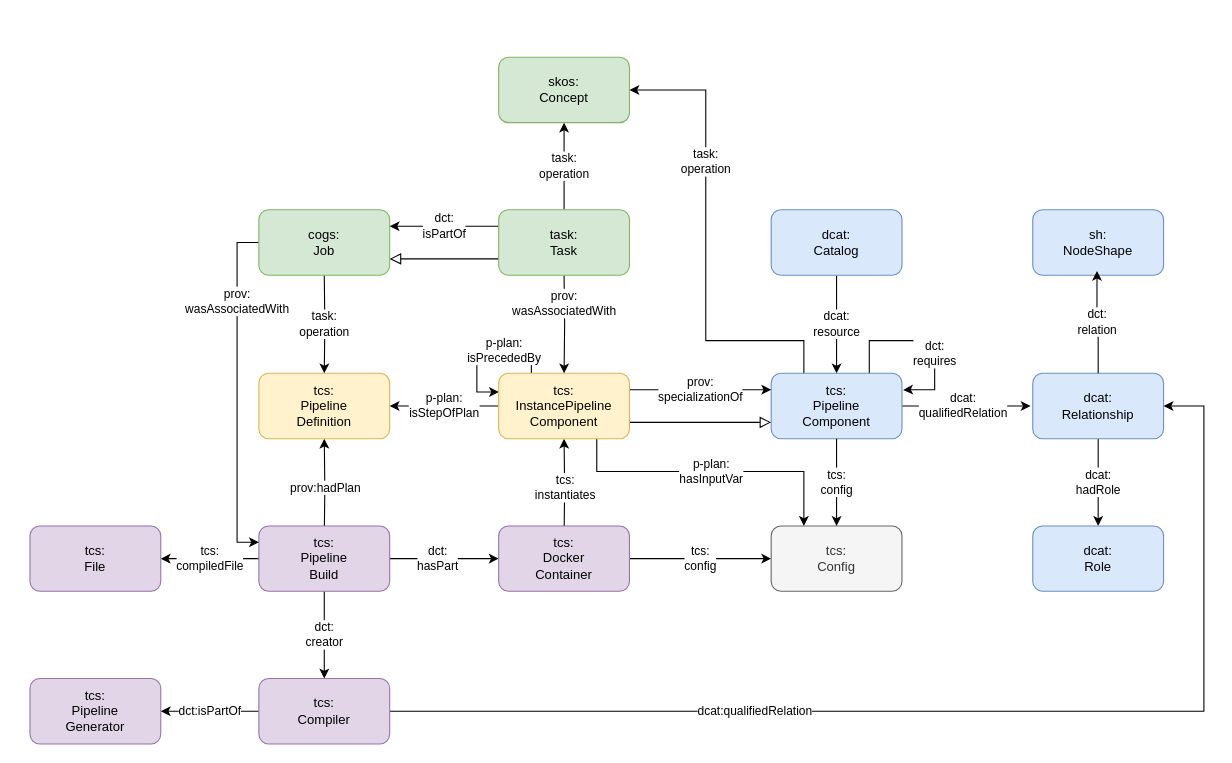
thcarsten/toolchain-specification keeps this draw.io diagram as page "toolchain model" (1 of 4) of semantic model/diagrams/diagrams.drawio. Above is the earlier version. Source tidied: cells renumbered, new cells numbered last; positions are measured from the earlier drawing's top-left corner, leaving out a move shared by most shapes. Both pictures are drawn from the tidied source at 109%, with x=0, y=0 at pixel (29, 57).
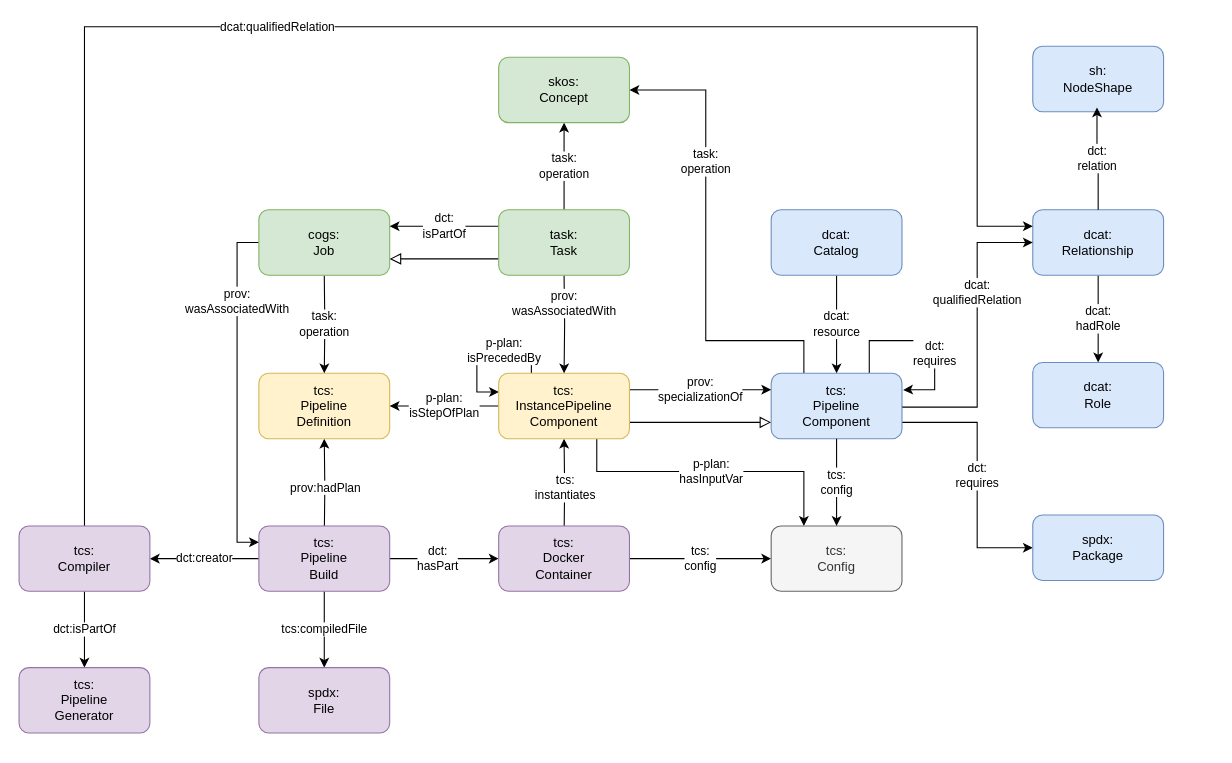
The same page after the edit.

The change refers to these unchanged cells:
```xml
<mxCell id="9" value="tcs:&lt;div&gt;Pipeline&lt;div&gt;Component&lt;/div&gt;&lt;/div&gt;" style="rounded=1;whiteSpace=wrap;html=1;fillColor=#dae8fc;strokeColor=#6c8ebf;" parent="1" vertex="1">
  <mxGeometry x="680" y="290" width="120" height="60" as="geometry" />
</mxCell>
<mxCell id="23" value="tcs:&lt;div&gt;Pipeline&lt;div&gt;Build&lt;/div&gt;&lt;/div&gt;" style="rounded=1;whiteSpace=wrap;html=1;fillColor=#e1d5e7;strokeColor=#9673a6;" parent="1" vertex="1">
  <mxGeometry x="210" y="430" width="120" height="60" as="geometry" />
</mxCell>
```

Change to the diagram source:
```diff
@@
     <mxCell id="4" value="dcat:&lt;div&gt;Relationship&lt;/div&gt;" style="rounded=1;whiteSpace=wrap;html=1;gradientDirection=north;fillColor=#dae8fc;strokeColor=#6c8ebf;" parent="1" vertex="1">
-      <mxGeometry x="920" y="290" width="120" height="60" as="geometry" />
+      <mxGeometry x="920" y="140" width="120" height="60" as="geometry" />
     </mxCell>
     <mxCell id="5" value="dcat:&lt;div&gt;Role&lt;/div&gt;" style="rounded=1;whiteSpace=wrap;html=1;gradientDirection=north;fillColor=#dae8fc;strokeColor=#6c8ebf;" parent="1" vertex="1">
-      <mxGeometry x="920" y="430" width="120" height="60" as="geometry" />
+      <mxGeometry x="920" y="280" width="120" height="60" as="geometry" />
     </mxCell>
@@
-    <mxCell id="7" value="dcat:&lt;div&gt;qualifiedRelation&lt;/div&gt;" style="edgeStyle=orthogonalEdgeStyle;rounded=0;orthogonalLoop=1;jettySize=auto;html=1;exitX=1;exitY=0.5;exitDx=0;exitDy=0;entryX=0;entryY=0.5;entryDx=0;entryDy=0;" parent="1" edge="1">
-      <mxGeometry x="-0.05" relative="1" as="geometry">
+    <mxCell id="7" value="dcat:&lt;div&gt;qualifiedRelation&lt;/div&gt;" style="edgeStyle=orthogonalEdgeStyle;rounded=0;jettySize=auto;html=1;exitX=1;exitY=0.5;exitDx=0;exitDy=0;entryX=0;entryY=0.5;entryDx=0;entryDy=0;" parent="1" edge="1" target="4">
+      <mxGeometry x="0.29" relative="1" as="geometry">
         <mxPoint x="800" y="320" as="sourcePoint" />
-        <mxPoint x="918" y="320" as="targetPoint" />
+        <Array as="points">
+          <mxPoint x="800" y="321" />
+          <mxPoint x="869" y="321" />
+          <mxPoint x="869" y="170" />
+        </Array>
       </mxGeometry>
     </mxCell>
@@
+    <mxCell id="44" value="dct:&lt;div&gt;requires&lt;/div&gt;" style="edgeStyle=orthogonalEdgeStyle;rounded=0;jettySize=auto;html=1;exitX=1;exitY=0.75;exitDx=0;exitDy=0;entryX=0;entryY=0.5;entryDx=0;entryDy=0;" parent="1" edge="1" source="9" target="47">
+      <mxGeometry relative="1" as="geometry">
+        <Array as="points">
+          <mxPoint x="869" y="335" />
+          <mxPoint x="869" y="450" />
+        </Array>
+      </mxGeometry>
+    </mxCell>
@@
-    <mxCell id="21" value="tcs:&lt;div&gt;compiledFile&lt;/div&gt;" style="edgeStyle=orthogonalEdgeStyle;rounded=0;jettySize=auto;html=1;exitX=0;exitY=0.5;exitDx=0;exitDy=0;" parent="1" edge="1" source="23" target="41">
-      <mxGeometry relative="1" as="geometry" />
-    </mxCell>
+    <mxCell id="45" value="tcs:compiledFile" style="edgeStyle=orthogonalEdgeStyle;rounded=0;jettySize=auto;html=1;exitX=0.5;exitY=1;exitDx=0;exitDy=0;entryX=0.5;entryY=0;entryDx=0;entryDy=0;" parent="1" edge="1" source="23" target="46">
+      <mxGeometry relative="1" as="geometry" />
+    </mxCell>
-    <mxCell id="22" value="dct:&lt;div&gt;creator&lt;/div&gt;" style="edgeStyle=orthogonalEdgeStyle;rounded=0;jettySize=auto;html=1;exitX=0.5;exitY=1;exitDx=0;exitDy=0;" parent="1" edge="1" source="23" target="43">
+    <mxCell id="22" value="dct:creator" style="edgeStyle=orthogonalEdgeStyle;rounded=0;jettySize=auto;html=1;exitX=0;exitY=0.5;exitDx=0;exitDy=0;entryX=1;entryY=0.5;entryDx=0;entryDy=0;" parent="1" edge="1" source="23" target="43">
       <mxGeometry relative="1" as="geometry" />
     </mxCell>
@@
-    <mxCell id="26" value="tcs:&lt;div&gt;Pipeline&lt;div&gt;Generator&lt;/div&gt;&lt;/div&gt;" style="rounded=1;whiteSpace=wrap;html=1;fillColor=#e1d5e7;strokeColor=#9673a6;" parent="1" vertex="1">
-      <mxGeometry y="570" width="120" height="60" as="geometry" />
-    </mxCell>
@@
     <mxCell id="38" value="sh:&lt;div&gt;NodeShape&lt;/div&gt;" style="rounded=1;whiteSpace=wrap;html=1;gradientDirection=north;fillColor=#dae8fc;strokeColor=#6c8ebf;" parent="1" vertex="1">
-      <mxGeometry x="920" y="140" width="120" height="60" as="geometry" />
+      <mxGeometry x="920" y="-10" width="120" height="60" as="geometry" />
     </mxCell>
@@
+    <mxCell id="42" value="dct:isPartOf" style="edgeStyle=orthogonalEdgeStyle;rounded=0;jettySize=auto;html=1;exitX=0.5;exitY=1;exitDx=0;exitDy=0;entryX=0.5;entryY=0;entryDx=0;entryDy=0;" parent="1" edge="1" source="43" target="26">
+      <mxGeometry relative="1" as="geometry" />
+    </mxCell>
-    <mxCell id="40" value="dcat:qualifiedRelation" style="edgeStyle=orthogonalEdgeStyle;rounded=0;jettySize=auto;html=1;exitX=1;exitY=0.5;exitDx=0;exitDy=0;entryX=1;entryY=0.5;entryDx=0;entryDy=0;" parent="1" edge="1" source="43" target="4">
-      <mxGeometry x="-0.37" relative="1" as="geometry">
+    <mxCell id="40" value="dcat:qualifiedRelation" style="edgeStyle=orthogonalEdgeStyle;rounded=0;jettySize=auto;html=1;exitX=0.5;exitY=0;exitDx=0;exitDy=0;entryX=0;entryY=0.25;entryDx=0;entryDy=0;" parent="1" edge="1" source="43" target="4">
+      <mxGeometry x="-0.16" relative="1" as="geometry">
         <Array as="points">
-          <mxPoint x="1077" y="600" />
-          <mxPoint x="1077" y="320" />
+          <mxPoint x="50" y="-28" />
+          <mxPoint x="869" y="-28" />
+          <mxPoint x="869" y="155" />
         </Array>
       </mxGeometry>
     </mxCell>
-    <mxCell id="41" value="tcs:&lt;div&gt;File&lt;/div&gt;" style="rounded=1;whiteSpace=wrap;html=1;fillColor=#e1d5e7;strokeColor=#9673a6;" parent="1" vertex="1">
-      <mxGeometry y="430" width="120" height="60" as="geometry" />
-    </mxCell>
-    <mxCell id="42" value="dct:isPartOf" style="edgeStyle=orthogonalEdgeStyle;rounded=0;jettySize=auto;html=1;exitX=0;exitY=0.5;exitDx=0;exitDy=0;" parent="1" edge="1" source="43" target="26">
-      <mxGeometry relative="1" as="geometry" />
-    </mxCell>
     <mxCell id="43" value="tcs:&lt;div&gt;Compiler&lt;/div&gt;" style="rounded=1;whiteSpace=wrap;html=1;fillColor=#e1d5e7;strokeColor=#9673a6;" parent="1" vertex="1">
-      <mxGeometry x="210" y="570" width="120" height="60" as="geometry" />
+      <mxGeometry x="-10" y="430" width="120" height="60" as="geometry" />
     </mxCell>
+    <mxCell id="46" value="spdx:&lt;div&gt;File&lt;/div&gt;" style="rounded=1;whiteSpace=wrap;html=1;fillColor=#e1d5e7;strokeColor=#9673a6;" parent="1" vertex="1">
+      <mxGeometry x="210" y="560" width="120" height="60" as="geometry" />
+    </mxCell>
+    <mxCell id="26" value="tcs:&lt;div&gt;Pipeline&lt;div&gt;Generator&lt;/div&gt;&lt;/div&gt;" style="rounded=1;whiteSpace=wrap;html=1;fillColor=#e1d5e7;strokeColor=#9673a6;" parent="1" vertex="1">
+      <mxGeometry x="-10" y="560" width="120" height="60" as="geometry" />
+    </mxCell>
+    <mxCell id="47" value="spdx:&lt;div&gt;Package&lt;/div&gt;" style="rounded=1;whiteSpace=wrap;html=1;fillColor=#dae8fc;strokeColor=#6c8ebf;" parent="1" vertex="1">
+      <mxGeometry x="920" y="420" width="120" height="60" as="geometry" />
+    </mxCell>
```
